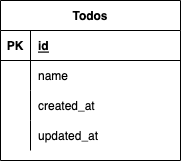
Above: Todo.drawio.png in chisaki-kajiya/web.application1 (draw.io), before the change. Source tidied: cells renumbered, new cells last; positions are measured from the earlier drawing's top-left corner, leaving out a move shared by most shapes.
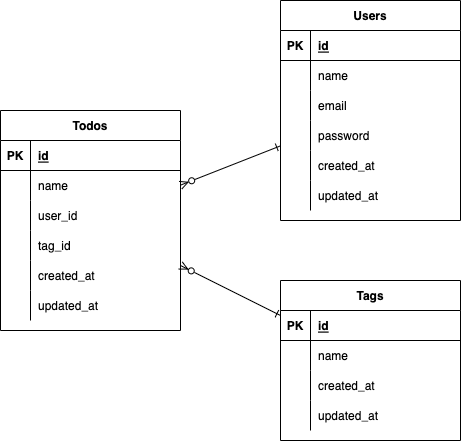
Above is the later version.

The edit, as a diff of the source:
```diff
@@ -3,7 +3,7 @@
     <mxCell id="0" />
     <mxCell id="1" parent="0" />
     <mxCell id="2" value="Todos" style="shape=table;startSize=30;rowLines=0;fontStyle=1;align=center;" parent="1" vertex="1">
-      <mxGeometry width="180" height="160" as="geometry" />
+      <mxGeometry width="180" height="220" as="geometry" />
     </mxCell>
     <mxCell id="3" style="shape=partialRectangle;fillColor=none;top=0;left=0;bottom=1;right=0;" parent="2" vertex="1">
       <mxGeometry y="30" width="180" height="30" as="geometry" />
@@ -23,8 +23,26 @@
     <mxCell id="8" value="name" style="shape=partialRectangle;fillColor=none;top=0;left=0;bottom=0;right=0;align=left;spacingLeft=6;overflow=hidden;" parent="6" vertex="1">
       <mxGeometry x="30" width="150" height="30" as="geometry" />
     </mxCell>
+    <mxCell id="15" style="shape=partialRectangle;fillColor=none;top=0;left=0;bottom=0;right=0;" parent="2" vertex="1">
+      <mxGeometry y="90" width="180" height="30" as="geometry" />
+    </mxCell>
+    <mxCell id="16" style="shape=partialRectangle;fillColor=none;top=0;left=0;bottom=0;right=0;overflow=hidden;" parent="15" vertex="1">
+      <mxGeometry width="30" height="30" as="geometry" />
+    </mxCell>
+    <mxCell id="17" value="user_id" style="shape=partialRectangle;fillColor=none;top=0;left=0;bottom=0;right=0;align=left;spacingLeft=6;overflow=hidden;" parent="15" vertex="1">
+      <mxGeometry x="30" width="150" height="30" as="geometry" />
+    </mxCell>
+    <mxCell id="18" style="shape=partialRectangle;fillColor=none;top=0;left=0;bottom=0;right=0;" parent="2" vertex="1">
+      <mxGeometry y="120" width="180" height="30" as="geometry" />
+    </mxCell>
+    <mxCell id="19" style="shape=partialRectangle;fillColor=none;top=0;left=0;bottom=0;right=0;overflow=hidden;" parent="18" vertex="1">
+      <mxGeometry width="30" height="30" as="geometry" />
+    </mxCell>
+    <mxCell id="20" value="tag_id" style="shape=partialRectangle;fillColor=none;top=0;left=0;bottom=0;right=0;align=left;spacingLeft=6;overflow=hidden;" parent="18" vertex="1">
+      <mxGeometry x="30" width="150" height="30" as="geometry" />
+    </mxCell>
     <mxCell id="9" style="shape=partialRectangle;fillColor=none;top=0;left=0;bottom=0;right=0;" parent="2" vertex="1">
-      <mxGeometry y="90" width="180" height="30" as="geometry" />
+      <mxGeometry y="150" width="180" height="30" as="geometry" />
     </mxCell>
     <mxCell id="10" style="shape=partialRectangle;fillColor=none;top=0;left=0;bottom=0;right=0;overflow=hidden;" parent="9" vertex="1">
       <mxGeometry width="30" height="30" as="geometry" />
@@ -33,7 +51,7 @@
       <mxGeometry x="30" width="150" height="30" as="geometry" />
     </mxCell>
     <mxCell id="12" style="shape=partialRectangle;fillColor=none;top=0;left=0;bottom=0;right=0;" parent="2" vertex="1">
-      <mxGeometry y="120" width="180" height="30" as="geometry" />
+      <mxGeometry y="180" width="180" height="30" as="geometry" />
     </mxCell>
     <mxCell id="13" style="shape=partialRectangle;fillColor=none;top=0;left=0;bottom=0;right=0;overflow=hidden;" parent="12" vertex="1">
       <mxGeometry width="30" height="30" as="geometry" />
@@ -41,5 +59,107 @@
     <mxCell id="14" value="updated_at" style="shape=partialRectangle;fillColor=none;top=0;left=0;bottom=0;right=0;align=left;spacingLeft=6;overflow=hidden;" parent="12" vertex="1">
       <mxGeometry x="30" width="150" height="30" as="geometry" />
     </mxCell>
+    <mxCell id="21" style="edgeStyle=none;html=1;endArrow=ERzeroToMany;endFill=0;startArrow=ERone;startFill=0;" parent="1" edge="1" source="22" target="2">
+      <mxGeometry relative="1" as="geometry" />
+    </mxCell>
+    <mxCell id="22" value="Users" style="shape=table;startSize=30;rowLines=0;fontStyle=1;align=center;" parent="1" vertex="1">
+      <mxGeometry x="280" y="-110" width="180" height="220" as="geometry" />
+    </mxCell>
+    <mxCell id="23" style="shape=partialRectangle;fillColor=none;top=0;left=0;bottom=1;right=0;" parent="22" vertex="1">
+      <mxGeometry y="30" width="180" height="30" as="geometry" />
+    </mxCell>
+    <mxCell id="24" value="PK" style="shape=partialRectangle;fillColor=none;top=0;left=0;bottom=0;right=0;fontStyle=1;overflow=hidden;" parent="23" vertex="1">
+      <mxGeometry width="30" height="30" as="geometry" />
+    </mxCell>
+    <mxCell id="25" value="id" style="shape=partialRectangle;fillColor=none;top=0;left=0;bottom=0;right=0;align=left;spacingLeft=6;fontStyle=5;overflow=hidden;" parent="23" vertex="1">
+      <mxGeometry x="30" width="150" height="30" as="geometry" />
+    </mxCell>
+    <mxCell id="26" style="shape=partialRectangle;fillColor=none;top=0;left=0;bottom=0;right=0;" parent="22" vertex="1">
+      <mxGeometry y="60" width="180" height="30" as="geometry" />
+    </mxCell>
+    <mxCell id="27" style="shape=partialRectangle;fillColor=none;top=0;left=0;bottom=0;right=0;overflow=hidden;" parent="26" vertex="1">
+      <mxGeometry width="30" height="30" as="geometry" />
+    </mxCell>
+    <mxCell id="28" value="name" style="shape=partialRectangle;fillColor=none;top=0;left=0;bottom=0;right=0;align=left;spacingLeft=6;overflow=hidden;" parent="26" vertex="1">
+      <mxGeometry x="30" width="150" height="30" as="geometry" />
+    </mxCell>
+    <mxCell id="29" style="shape=partialRectangle;fillColor=none;top=0;left=0;bottom=0;right=0;" parent="22" vertex="1">
+      <mxGeometry y="90" width="180" height="30" as="geometry" />
+    </mxCell>
+    <mxCell id="30" style="shape=partialRectangle;fillColor=none;top=0;left=0;bottom=0;right=0;overflow=hidden;" parent="29" vertex="1">
+      <mxGeometry width="30" height="30" as="geometry" />
+    </mxCell>
+    <mxCell id="31" value="email" style="shape=partialRectangle;fillColor=none;top=0;left=0;bottom=0;right=0;align=left;spacingLeft=6;overflow=hidden;" parent="29" vertex="1">
+      <mxGeometry x="30" width="150" height="30" as="geometry" />
+    </mxCell>
+    <mxCell id="32" style="shape=partialRectangle;fillColor=none;top=0;left=0;bottom=0;right=0;" parent="22" vertex="1">
+      <mxGeometry y="120" width="180" height="30" as="geometry" />
+    </mxCell>
+    <mxCell id="33" style="shape=partialRectangle;fillColor=none;top=0;left=0;bottom=0;right=0;overflow=hidden;" parent="32" vertex="1">
+      <mxGeometry width="30" height="30" as="geometry" />
+    </mxCell>
+    <mxCell id="34" value="password" style="shape=partialRectangle;fillColor=none;top=0;left=0;bottom=0;right=0;align=left;spacingLeft=6;overflow=hidden;" parent="32" vertex="1">
+      <mxGeometry x="30" width="150" height="30" as="geometry" />
+    </mxCell>
+    <mxCell id="35" style="shape=partialRectangle;fillColor=none;top=0;left=0;bottom=0;right=0;" parent="22" vertex="1">
+      <mxGeometry y="150" width="180" height="30" as="geometry" />
+    </mxCell>
+    <mxCell id="36" style="shape=partialRectangle;fillColor=none;top=0;left=0;bottom=0;right=0;overflow=hidden;" parent="35" vertex="1">
+      <mxGeometry width="30" height="30" as="geometry" />
+    </mxCell>
+    <mxCell id="37" value="created_at" style="shape=partialRectangle;fillColor=none;top=0;left=0;bottom=0;right=0;align=left;spacingLeft=6;overflow=hidden;" parent="35" vertex="1">
+      <mxGeometry x="30" width="150" height="30" as="geometry" />
+    </mxCell>
+    <mxCell id="38" style="shape=partialRectangle;fillColor=none;top=0;left=0;bottom=0;right=0;" parent="22" vertex="1">
+      <mxGeometry y="180" width="180" height="30" as="geometry" />
+    </mxCell>
+    <mxCell id="39" style="shape=partialRectangle;fillColor=none;top=0;left=0;bottom=0;right=0;overflow=hidden;" parent="38" vertex="1">
+      <mxGeometry width="30" height="30" as="geometry" />
+    </mxCell>
+    <mxCell id="40" value="updated_at" style="shape=partialRectangle;fillColor=none;top=0;left=0;bottom=0;right=0;align=left;spacingLeft=6;overflow=hidden;" parent="38" vertex="1">
+      <mxGeometry x="30" width="150" height="30" as="geometry" />
+    </mxCell>
+    <mxCell id="41" value="Tags" style="shape=table;startSize=30;rowLines=0;fontStyle=1;align=center;" parent="1" vertex="1">
+      <mxGeometry x="280" y="170" width="180" height="160" as="geometry" />
+    </mxCell>
+    <mxCell id="42" style="shape=partialRectangle;fillColor=none;top=0;left=0;bottom=1;right=0;" parent="41" vertex="1">
+      <mxGeometry y="30" width="180" height="30" as="geometry" />
+    </mxCell>
+    <mxCell id="43" value="PK" style="shape=partialRectangle;fillColor=none;top=0;left=0;bottom=0;right=0;fontStyle=1;overflow=hidden;" parent="42" vertex="1">
+      <mxGeometry width="30" height="30" as="geometry" />
+    </mxCell>
+    <mxCell id="44" value="id" style="shape=partialRectangle;fillColor=none;top=0;left=0;bottom=0;right=0;align=left;spacingLeft=6;fontStyle=5;overflow=hidden;" parent="42" vertex="1">
+      <mxGeometry x="30" width="150" height="30" as="geometry" />
+    </mxCell>
+    <mxCell id="45" style="shape=partialRectangle;fillColor=none;top=0;left=0;bottom=0;right=0;" parent="41" vertex="1">
+      <mxGeometry y="60" width="180" height="30" as="geometry" />
+    </mxCell>
+    <mxCell id="46" style="shape=partialRectangle;fillColor=none;top=0;left=0;bottom=0;right=0;overflow=hidden;" parent="45" vertex="1">
+      <mxGeometry width="30" height="30" as="geometry" />
+    </mxCell>
+    <mxCell id="47" value="name" style="shape=partialRectangle;fillColor=none;top=0;left=0;bottom=0;right=0;align=left;spacingLeft=6;overflow=hidden;" parent="45" vertex="1">
+      <mxGeometry x="30" width="150" height="30" as="geometry" />
+    </mxCell>
+    <mxCell id="48" style="shape=partialRectangle;fillColor=none;top=0;left=0;bottom=0;right=0;" parent="41" vertex="1">
+      <mxGeometry y="90" width="180" height="30" as="geometry" />
+    </mxCell>
+    <mxCell id="49" style="shape=partialRectangle;fillColor=none;top=0;left=0;bottom=0;right=0;overflow=hidden;" parent="48" vertex="1">
+      <mxGeometry width="30" height="30" as="geometry" />
+    </mxCell>
+    <mxCell id="50" value="created_at" style="shape=partialRectangle;fillColor=none;top=0;left=0;bottom=0;right=0;align=left;spacingLeft=6;overflow=hidden;" parent="48" vertex="1">
+      <mxGeometry x="30" width="150" height="30" as="geometry" />
+    </mxCell>
+    <mxCell id="51" style="shape=partialRectangle;fillColor=none;top=0;left=0;bottom=0;right=0;" parent="41" vertex="1">
+      <mxGeometry y="120" width="180" height="30" as="geometry" />
+    </mxCell>
+    <mxCell id="52" style="shape=partialRectangle;fillColor=none;top=0;left=0;bottom=0;right=0;overflow=hidden;" parent="51" vertex="1">
+      <mxGeometry width="30" height="30" as="geometry" />
+    </mxCell>
+    <mxCell id="53" value="updated_at" style="shape=partialRectangle;fillColor=none;top=0;left=0;bottom=0;right=0;align=left;spacingLeft=6;overflow=hidden;" parent="51" vertex="1">
+      <mxGeometry x="30" width="150" height="30" as="geometry" />
+    </mxCell>
+    <mxCell id="54" style="edgeStyle=none;html=1;endArrow=ERzeroToMany;endFill=0;startArrow=ERone;startFill=0;" parent="1" edge="1" source="41" target="2">
+      <mxGeometry relative="1" as="geometry" />
+    </mxCell>
   </root>
 </mxGraphModel>
```
